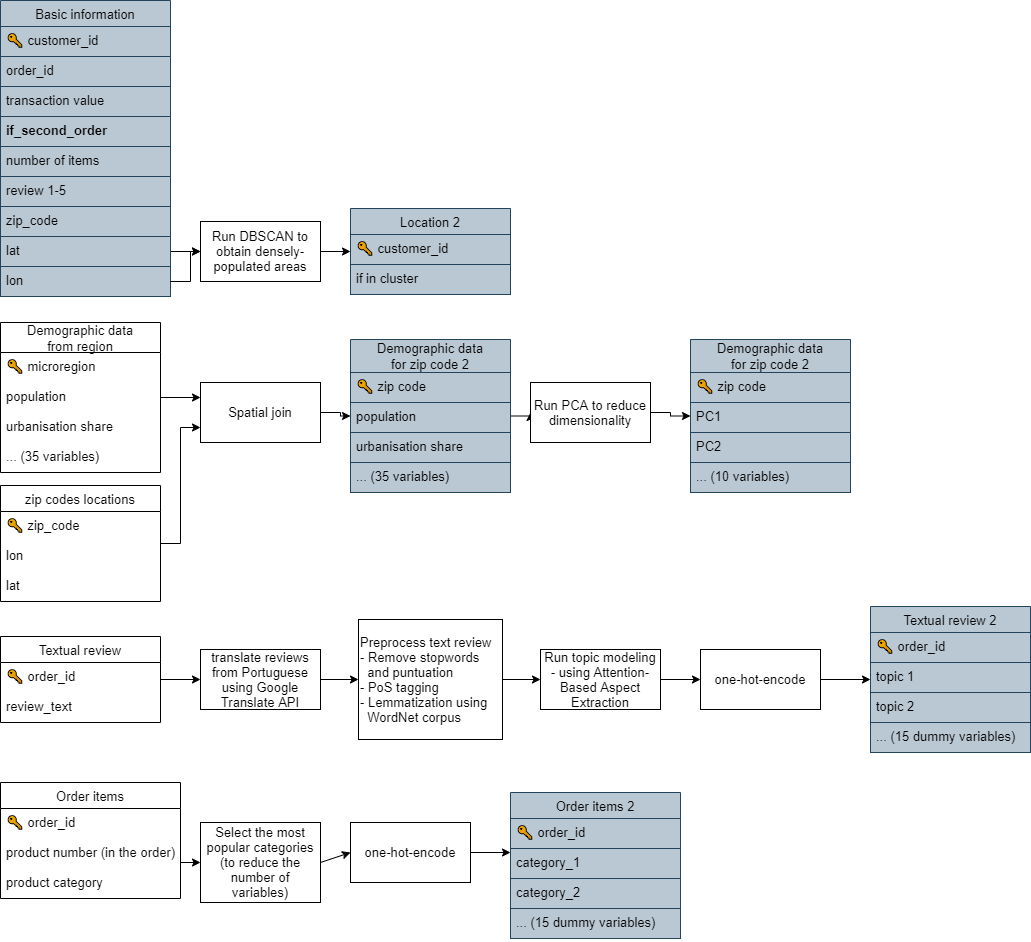
kmatusz/mgr keeps this draw.io diagram as thesis/resources/data_processing_diagram.png. Above is the earlier version. Source tidied: cells renumbered, new cells last; positions are measured from the earlier drawing's top-left corner, leaving out a move shared by most shapes.
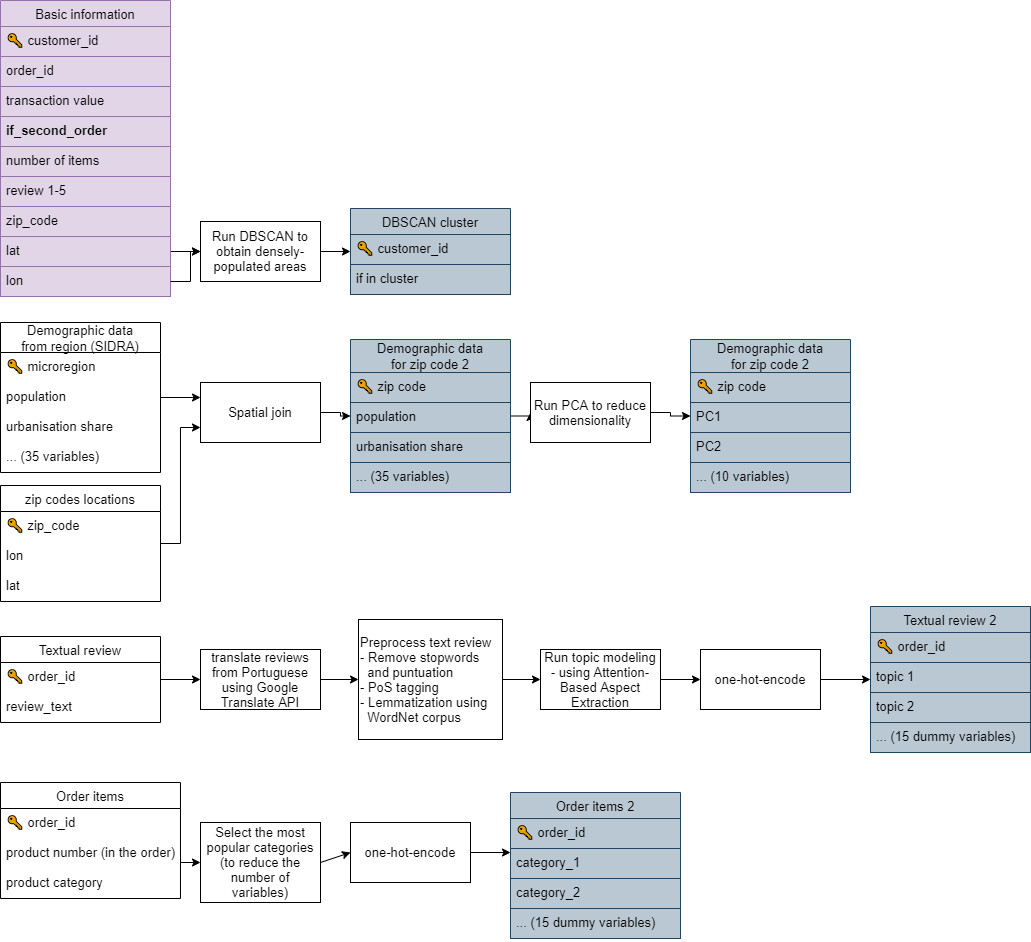
The same diagram one commit later.

The edit, as a diff of the source:
```diff
@@ -62,34 +62,34 @@
     <mxCell id="21" style="endArrow=classic;html=1;exitX=1;exitY=0.5;exitDx=0;exitDy=0;noEdgeStyle=1;orthogonal=1;fontSize=13;" parent="1" edge="1" source="14" target="16">
       <mxGeometry relative="1" as="geometry" />
     </mxCell>
-    <mxCell id="22" value="Basic information" style="swimlane;fontStyle=0;horizontal=1;startSize=26;align=center;fontSize=13;spacing=2;fillColor=#bac8d3;strokeColor=#23445d;" parent="1" vertex="1">
+    <mxCell id="22" value="Basic information" style="swimlane;fontStyle=0;horizontal=1;startSize=26;align=center;fontSize=13;spacing=2;fillColor=#e1d5e7;strokeColor=#9673a6;" parent="1" vertex="1">
       <mxGeometry width="170" height="296" as="geometry" />
     </mxCell>
-    <mxCell id="23" value="🔑 customer_id" style="text;strokeColor=#23445d;fillColor=#bac8d3;spacingLeft=4;spacingRight=4;overflow=hidden;fontSize=13;" parent="22" vertex="1">
+    <mxCell id="23" value="🔑 customer_id" style="text;strokeColor=#9673a6;fillColor=#e1d5e7;spacingLeft=4;spacingRight=4;overflow=hidden;fontSize=13;" parent="22" vertex="1">
       <mxGeometry y="26" width="170" height="30" as="geometry" />
     </mxCell>
-    <mxCell id="24" value="order_id" style="text;strokeColor=#23445d;fillColor=#bac8d3;spacingLeft=4;spacingRight=4;overflow=hidden;fontSize=13;" parent="22" vertex="1">
+    <mxCell id="24" value="order_id" style="text;strokeColor=#9673a6;fillColor=#e1d5e7;spacingLeft=4;spacingRight=4;overflow=hidden;fontSize=13;" parent="22" vertex="1">
       <mxGeometry y="56" width="170" height="30" as="geometry" />
     </mxCell>
-    <mxCell id="25" value="transaction value" style="text;strokeColor=#23445d;fillColor=#bac8d3;spacingLeft=4;spacingRight=4;overflow=hidden;fontSize=13;" parent="22" vertex="1">
+    <mxCell id="25" value="transaction value" style="text;strokeColor=#9673a6;fillColor=#e1d5e7;spacingLeft=4;spacingRight=4;overflow=hidden;fontSize=13;" parent="22" vertex="1">
       <mxGeometry y="86" width="170" height="30" as="geometry" />
     </mxCell>
-    <mxCell id="26" value="if_second_order" style="text;strokeColor=#23445d;fillColor=#bac8d3;spacingLeft=4;spacingRight=4;overflow=hidden;fontSize=13;fontStyle=1;" parent="22" vertex="1">
+    <mxCell id="26" value="if_second_order" style="text;strokeColor=#9673a6;fillColor=#e1d5e7;spacingLeft=4;spacingRight=4;overflow=hidden;fontSize=13;fontStyle=1;" parent="22" vertex="1">
       <mxGeometry y="116" width="170" height="30" as="geometry" />
     </mxCell>
-    <mxCell id="27" value="number of items" style="text;strokeColor=#23445d;fillColor=#bac8d3;spacingLeft=4;spacingRight=4;overflow=hidden;fontSize=13;" parent="22" vertex="1">
+    <mxCell id="27" value="number of items" style="text;strokeColor=#9673a6;fillColor=#e1d5e7;spacingLeft=4;spacingRight=4;overflow=hidden;fontSize=13;" parent="22" vertex="1">
       <mxGeometry y="146" width="170" height="30" as="geometry" />
     </mxCell>
-    <mxCell id="28" value="review 1-5" style="text;strokeColor=#23445d;fillColor=#bac8d3;spacingLeft=4;spacingRight=4;overflow=hidden;fontSize=13;" parent="22" vertex="1">
+    <mxCell id="28" value="review 1-5" style="text;strokeColor=#9673a6;fillColor=#e1d5e7;spacingLeft=4;spacingRight=4;overflow=hidden;fontSize=13;" parent="22" vertex="1">
       <mxGeometry y="176" width="170" height="30" as="geometry" />
     </mxCell>
-    <mxCell id="29" value="zip_code" style="text;strokeColor=#23445d;fillColor=#bac8d3;spacingLeft=4;spacingRight=4;overflow=hidden;fontSize=13;" parent="22" vertex="1">
+    <mxCell id="29" value="zip_code" style="text;strokeColor=#9673a6;fillColor=#e1d5e7;spacingLeft=4;spacingRight=4;overflow=hidden;fontSize=13;" parent="22" vertex="1">
       <mxGeometry y="206" width="170" height="30" as="geometry" />
     </mxCell>
-    <mxCell id="30" value="lat" style="text;strokeColor=#23445d;fillColor=#bac8d3;spacingLeft=4;spacingRight=4;overflow=hidden;points=[[0,0.5],[1,0.5]];portConstraint=eastwest;fontSize=13;" parent="22" vertex="1">
+    <mxCell id="30" value="lat" style="text;strokeColor=#9673a6;fillColor=#e1d5e7;spacingLeft=4;spacingRight=4;overflow=hidden;points=[[0,0.5],[1,0.5]];portConstraint=eastwest;fontSize=13;" parent="22" vertex="1">
       <mxGeometry y="236" width="170" height="30" as="geometry" />
     </mxCell>
-    <mxCell id="31" value="lon" style="text;strokeColor=#23445d;fillColor=#bac8d3;spacingLeft=4;spacingRight=4;overflow=hidden;points=[[0,0.5],[1,0.5]];portConstraint=eastwest;fontSize=13;" parent="22" vertex="1">
+    <mxCell id="31" value="lon" style="text;strokeColor=#9673a6;fillColor=#e1d5e7;spacingLeft=4;spacingRight=4;overflow=hidden;points=[[0,0.5],[1,0.5]];portConstraint=eastwest;fontSize=13;" parent="22" vertex="1">
       <mxGeometry y="266" width="170" height="30" as="geometry" />
     </mxCell>
     <mxCell id="32" style="edgeStyle=orthogonalEdgeStyle;rounded=0;jettySize=auto;html=1;entryX=0;entryY=0.75;entryDx=0;entryDy=0;fontSize=13;" parent="1" edge="1" source="33" target="59">
@@ -143,7 +143,7 @@
     <mxCell id="48" style="endArrow=classic;html=1;fontSize=13;" parent="1" edge="1" source="42" target="43">
       <mxGeometry relative="1" as="geometry" />
     </mxCell>
-    <mxCell id="49" value="Location 2" style="swimlane;fontStyle=0;horizontal=1;startSize=26;align=center;fontSize=13;fillColor=#bac8d3;strokeColor=#23445d;" parent="1" vertex="1">
+    <mxCell id="49" value="DBSCAN cluster" style="swimlane;fontStyle=0;horizontal=1;startSize=26;align=center;fontSize=13;fillColor=#bac8d3;strokeColor=#23445d;" parent="1" vertex="1">
       <mxGeometry x="350" y="208" width="160" height="86" as="geometry" />
     </mxCell>
     <mxCell id="50" value="🔑 customer_id" style="text;strokeColor=#23445d;fillColor=#bac8d3;spacingLeft=4;spacingRight=4;overflow=hidden;fontSize=13;" parent="49" vertex="1">
@@ -155,7 +155,7 @@
     <mxCell id="52" style="edgeStyle=orthogonalEdgeStyle;rounded=0;jettySize=auto;html=1;entryX=0;entryY=0.25;entryDx=0;entryDy=0;fontSize=13;" parent="1" edge="1" source="53" target="59">
       <mxGeometry relative="1" as="geometry" />
     </mxCell>
-    <mxCell id="53" value="Demographic data &#10;from region" style="swimlane;fontStyle=0;horizontal=1;startSize=30;align=center;fontSize=13;" parent="1" vertex="1">
+    <mxCell id="53" value="Demographic data &#10;from region (SIDRA)" style="swimlane;fontStyle=0;horizontal=1;startSize=30;align=center;fontSize=13;" parent="1" vertex="1">
       <mxGeometry y="322" width="160" height="150" as="geometry" />
     </mxCell>
     <mxCell id="54" value="🔑 microregion" style="text;strokeColor=none;fillColor=none;spacingLeft=4;spacingRight=4;overflow=hidden;fontSize=13;" parent="53" vertex="1">
```
